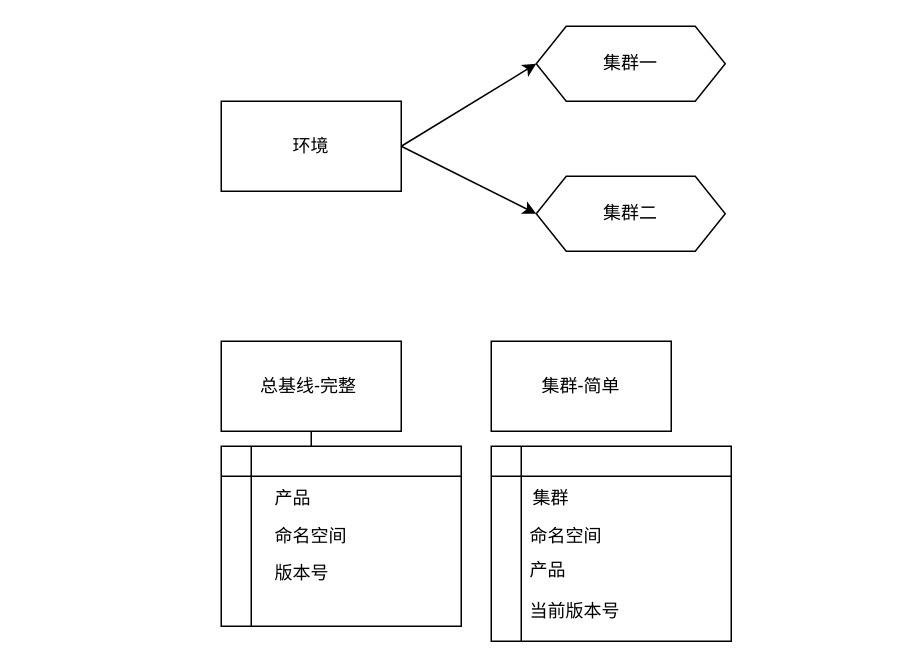
Earlier version of the draw.io diagram 云管平台-多集群.drawio (Snuger/draw). Source tidied: cells renumbered, new cells numbered last; positions are measured from the earlier drawing's top-left corner, leaving out a move shared by most shapes. Both pictures are drawn from the tidied source at 150%, with x=0, y=0 at pixel (220, 26).
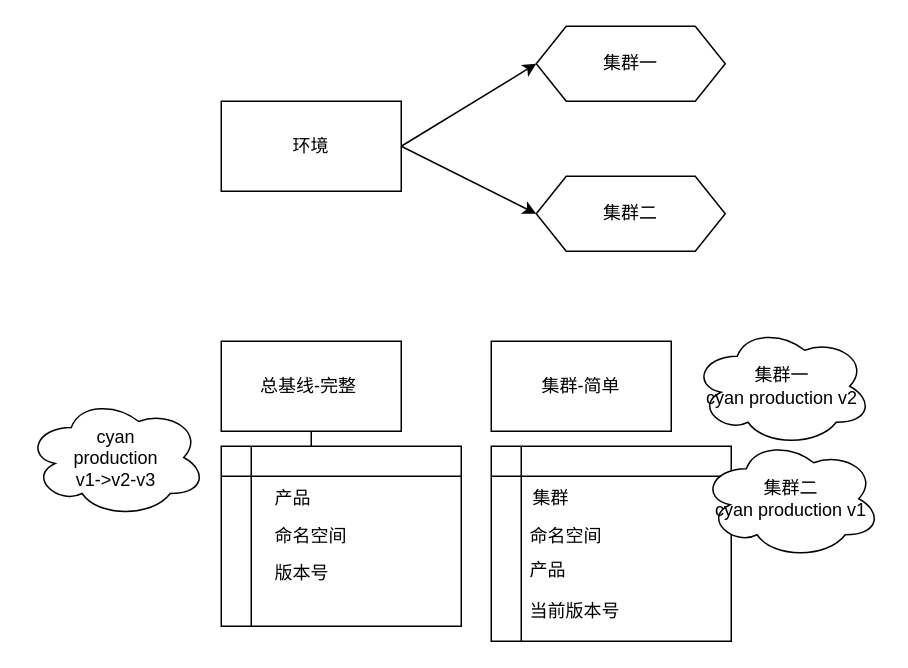
After the change.

Commit message (it also covers changes not shown here):
更新云管平台-多集群.drawio

Change to the diagram source:
```diff
@@
+    <mxCell id="19" value="cyan&lt;br&gt;production&lt;br&gt;v1-&amp;gt;v2-v3" style="ellipse;shape=cloud;whiteSpace=wrap;html=1;" parent="1" vertex="1">
+      <mxGeometry x="-130" y="247.5" width="120" height="80" as="geometry" />
+    </mxCell>
+    <mxCell id="20" value="集群一&lt;br&gt;cyan production v2" style="ellipse;shape=cloud;whiteSpace=wrap;html=1;" parent="1" vertex="1">
+      <mxGeometry x="314" y="200" width="120" height="80" as="geometry" />
+    </mxCell>
+    <mxCell id="21" value="集群二&lt;br&gt;cyan production v1" style="ellipse;shape=cloud;whiteSpace=wrap;html=1;" parent="1" vertex="1">
+      <mxGeometry x="320" y="275" width="120" height="80" as="geometry" />
+    </mxCell>
```
